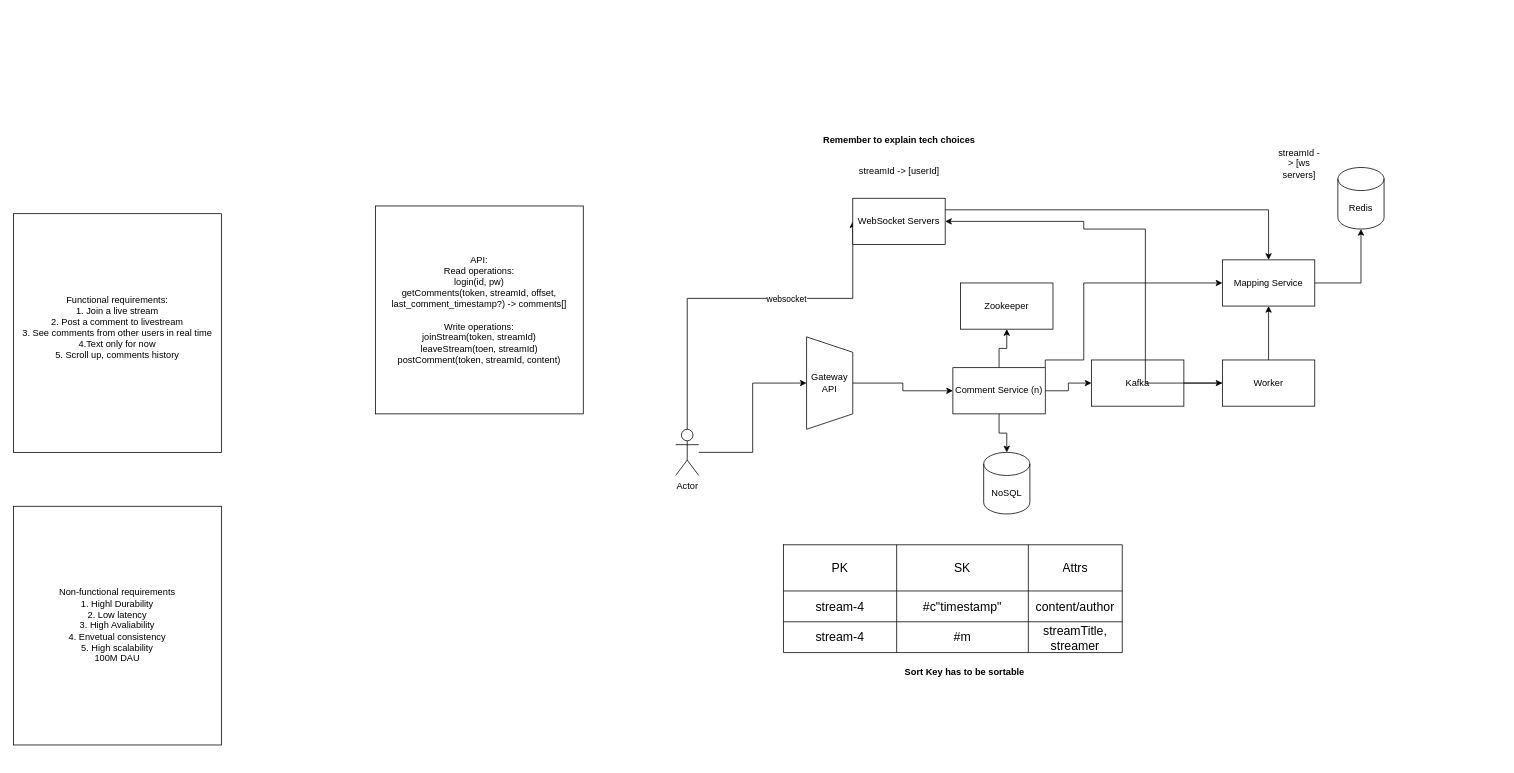
kal038/system-design-learn keeps this draw.io diagram as page "Live_comment_lesson" (2 of 3) of live_commenting.drawio. Above is the earlier version. Source tidied: cells renumbered, new cells numbered last; positions are measured from the earlier drawing's top-left corner, leaving out a move shared by most shapes. Both pictures are drawn from the tidied source at 77%, with x=0, y=0 at pixel (13, 129).
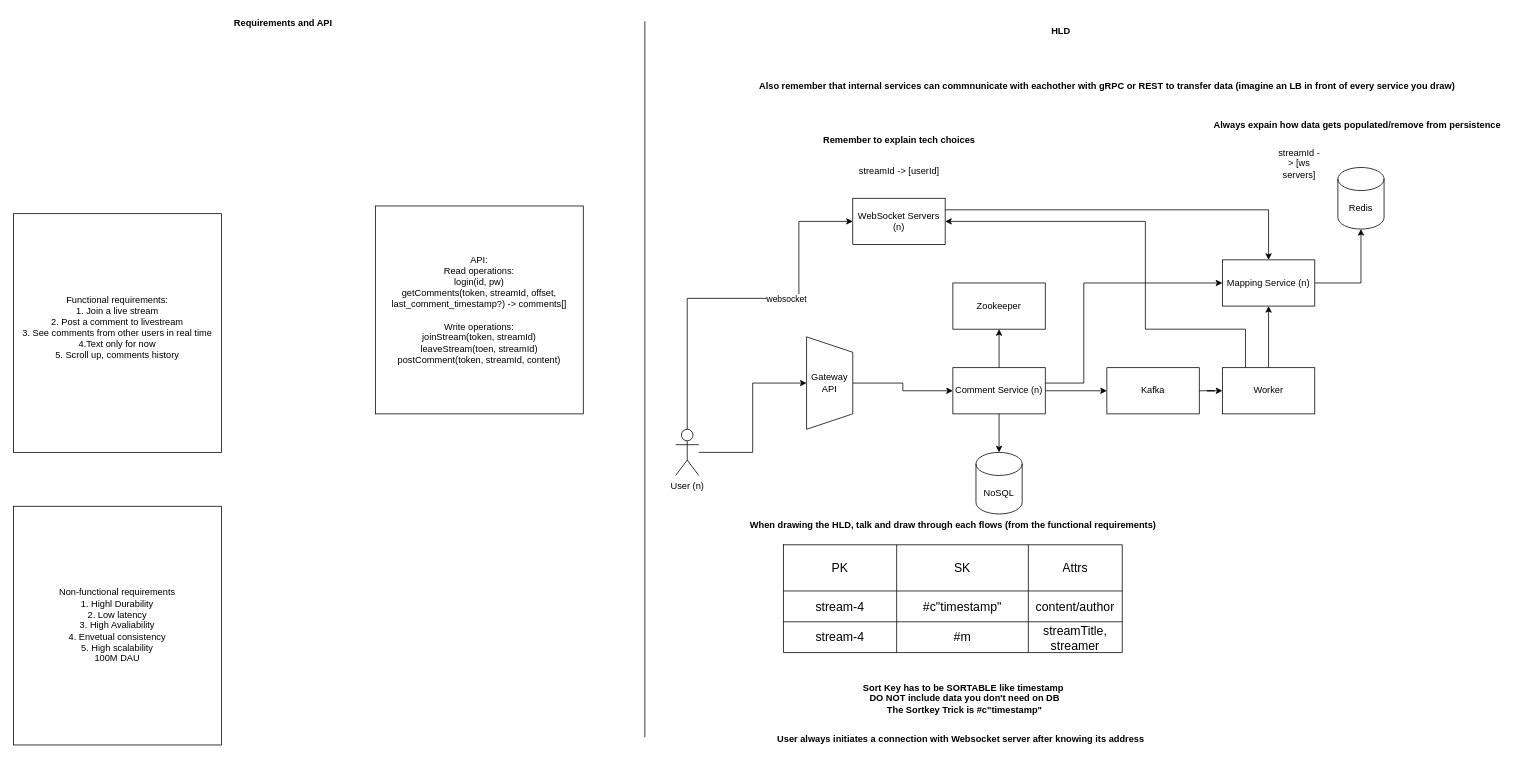
The same page after the edit.

The change refers to these unchanged cells:
```xml
<mxCell id="15" value="Comment Service (n)" style="rounded=0;whiteSpace=wrap;html=1;" parent="1" vertex="1">
  <mxGeometry x="1220" y="310" width="120" height="60" as="geometry" />
</mxCell>
```

Change to the diagram source:
```diff
@@
     <mxCell id="6" style="edgeStyle=orthogonalEdgeStyle;rounded=0;jettySize=auto;html=1;entryX=0;entryY=0.5;entryDx=0;entryDy=0;" parent="1" edge="1" source="8" target="17">
       <mxGeometry relative="1" as="geometry">
         <Array as="points">
           <mxPoint x="875" y="220" />
+          <mxPoint x="1020" y="220" />
+          <mxPoint x="1020" y="120" />
         </Array>
       </mxGeometry>
     </mxCell>
@@
-    <mxCell id="8" value="Actor" style="shape=umlActor;verticalLabelPosition=bottom;verticalAlign=top;html=1;outlineConnect=0;" parent="1" vertex="1">
+    <mxCell id="8" value="User (n)&lt;div&gt;&lt;br&gt;&lt;/div&gt;" style="shape=umlActor;verticalLabelPosition=bottom;verticalAlign=top;html=1;outlineConnect=0;" parent="1" vertex="1">
       <mxGeometry x="860" y="390" width="30" height="60" as="geometry" />
     </mxCell>
@@
-    <mxCell id="14" style="edgeStyle=orthogonalEdgeStyle;rounded=0;jettySize=auto;html=1;exitX=1;exitY=0;exitDx=0;exitDy=0;entryX=0;entryY=0.5;entryDx=0;entryDy=0;" parent="1" edge="1" source="15" target="38">
+    <mxCell id="14" style="edgeStyle=orthogonalEdgeStyle;rounded=0;jettySize=auto;html=1;entryX=0;entryY=0.5;entryDx=0;entryDy=0;" parent="1" edge="1" source="15" target="38">
       <mxGeometry relative="1" as="geometry">
         <Array as="points">
-          <mxPoint x="1390" y="300" />
+          <mxPoint x="1390" y="330" />
           <mxPoint x="1390" y="200" />
         </Array>
       </mxGeometry>
     </mxCell>
@@
-    <mxCell id="17" value="WebSocket Servers" style="rounded=0;whiteSpace=wrap;html=1;" parent="1" vertex="1">
+    <mxCell id="17" value="WebSocket Servers (n)" style="rounded=0;whiteSpace=wrap;html=1;" parent="1" vertex="1">
       <mxGeometry x="1090" y="90" width="120" height="60" as="geometry" />
     </mxCell>
     <mxCell id="18" value="Zookeeper" style="rounded=0;whiteSpace=wrap;html=1;" parent="1" vertex="1">
-      <mxGeometry x="1230" y="200" width="120" height="60" as="geometry" />
+      <mxGeometry x="1220" y="200" width="120" height="60" as="geometry" />
     </mxCell>
@@
     <mxCell id="20" value="Kafka" style="rounded=0;whiteSpace=wrap;html=1;" parent="1" vertex="1">
-      <mxGeometry x="1400" y="300" width="120" height="60" as="geometry" />
+      <mxGeometry x="1420" y="310" width="120" height="60" as="geometry" />
     </mxCell>
     <mxCell id="21" value="NoSQL" style="shape=cylinder3;whiteSpace=wrap;html=1;boundedLbl=1;backgroundOutline=1;size=15;" parent="1" vertex="1">
-      <mxGeometry x="1260" y="420" width="60" height="80" as="geometry" />
+      <mxGeometry x="1250" y="420" width="60" height="80" as="geometry" />
     </mxCell>
@@
     <mxCell id="36" style="edgeStyle=orthogonalEdgeStyle;rounded=0;jettySize=auto;html=1;entryX=1;entryY=0.5;entryDx=0;entryDy=0;" parent="1" edge="1" source="37" target="17">
       <mxGeometry relative="1" as="geometry">
         <Array as="points">
-          <mxPoint x="1470" y="330" />
-          <mxPoint x="1470" y="130" />
-          <mxPoint x="1390" y="130" />
-          <mxPoint x="1390" y="120" />
+          <mxPoint x="1600" y="260" />
+          <mxPoint x="1470" y="260" />
+          <mxPoint x="1470" y="120" />
         </Array>
       </mxGeometry>
     </mxCell>
     <mxCell id="37" value="Worker" style="rounded=0;whiteSpace=wrap;html=1;" parent="1" vertex="1">
-      <mxGeometry x="1570" y="300" width="120" height="60" as="geometry" />
+      <mxGeometry x="1570" y="310" width="120" height="60" as="geometry" />
     </mxCell>
-    <mxCell id="38" value="Mapping Service" style="rounded=0;whiteSpace=wrap;html=1;" parent="1" vertex="1">
+    <mxCell id="38" value="Mapping Service (n)" style="rounded=0;whiteSpace=wrap;html=1;" parent="1" vertex="1">
       <mxGeometry x="1570" y="170" width="120" height="60" as="geometry" />
     </mxCell>
@@
-    <mxCell id="44" value="Sort Key has to be sortable" style="text;html=1;align=center;verticalAlign=middle;strokeColor=none;fillColor=none;fontStyle=1;" parent="1" vertex="1">
-      <mxGeometry x="1150" y="690" width="170" height="30" as="geometry" />
+    <mxCell id="44" value="Sort Key has to be SORTABLE like timestamp&amp;nbsp;&lt;div&gt;DO NOT include data you don't need on DB&lt;br&gt;The Sortkey Trick is #c&quot;timestamp&quot;&lt;/div&gt;" style="text;html=1;align=center;verticalAlign=middle;strokeColor=none;fillColor=none;fontStyle=1;" parent="1" vertex="1">
+      <mxGeometry x="1100" y="710" width="270" height="60" as="geometry" />
     </mxCell>
+    <mxCell id="45" value="When drawing the HLD, talk and draw through each flows (from the functional requirements)" style="text;html=1;align=center;verticalAlign=middle;strokeColor=none;fillColor=none;fontStyle=1;" parent="1" vertex="1">
+      <mxGeometry x="965" y="500" width="510" height="30" as="geometry" />
+    </mxCell>
+    <mxCell id="46" value="Always expain how data gets populated/remove from persistence" style="text;html=1;align=center;verticalAlign=middle;strokeColor=none;fillColor=none;fontStyle=1;" parent="1" vertex="1">
+      <mxGeometry x="1560" y="-20" width="370" height="30" as="geometry" />
+    </mxCell>
+    <mxCell id="47" value="Also remember that internal services can commnunicate with eachother with gRPC or REST to transfer data (imagine an LB in front of every service you draw)" style="text;html=1;align=center;verticalAlign=middle;strokeColor=none;fillColor=none;fontStyle=1;" parent="1" vertex="1">
+      <mxGeometry x="990" y="-70" width="860" height="30" as="geometry" />
+    </mxCell>
+    <mxCell id="48" style="endArrow=none;html=1;rounded=0;" parent="1" edge="1">
+      <mxGeometry relative="1" as="geometry">
+        <mxPoint x="820" y="790" as="sourcePoint" />
+        <mxPoint x="820" y="-140" as="targetPoint" />
+      </mxGeometry>
+    </mxCell>
+    <mxCell id="49" value="Requirements and API&lt;div&gt;&lt;br&gt;&lt;/div&gt;" style="text;html=1;align=center;verticalAlign=middle;strokeColor=none;fillColor=none;fontStyle=1;" parent="1" vertex="1">
+      <mxGeometry x="280" y="-150" width="140" height="40" as="geometry" />
+    </mxCell>
+    <mxCell id="50" value="HLD" style="text;html=1;align=center;verticalAlign=middle;strokeColor=none;fillColor=none;fontStyle=1;" parent="1" vertex="1">
+      <mxGeometry x="1335" y="-142" width="50" height="30" as="geometry" />
+    </mxCell>
+    <mxCell id="51" value="User always initiates a connection with Websocket server after knowing its address&lt;div&gt;&lt;br&gt;&lt;/div&gt;" style="text;html=1;align=center;verticalAlign=middle;strokeColor=none;fillColor=none;fontStyle=1;" parent="1" vertex="1">
+      <mxGeometry x="1000" y="780" width="460" height="40" as="geometry" />
+    </mxCell>
```
